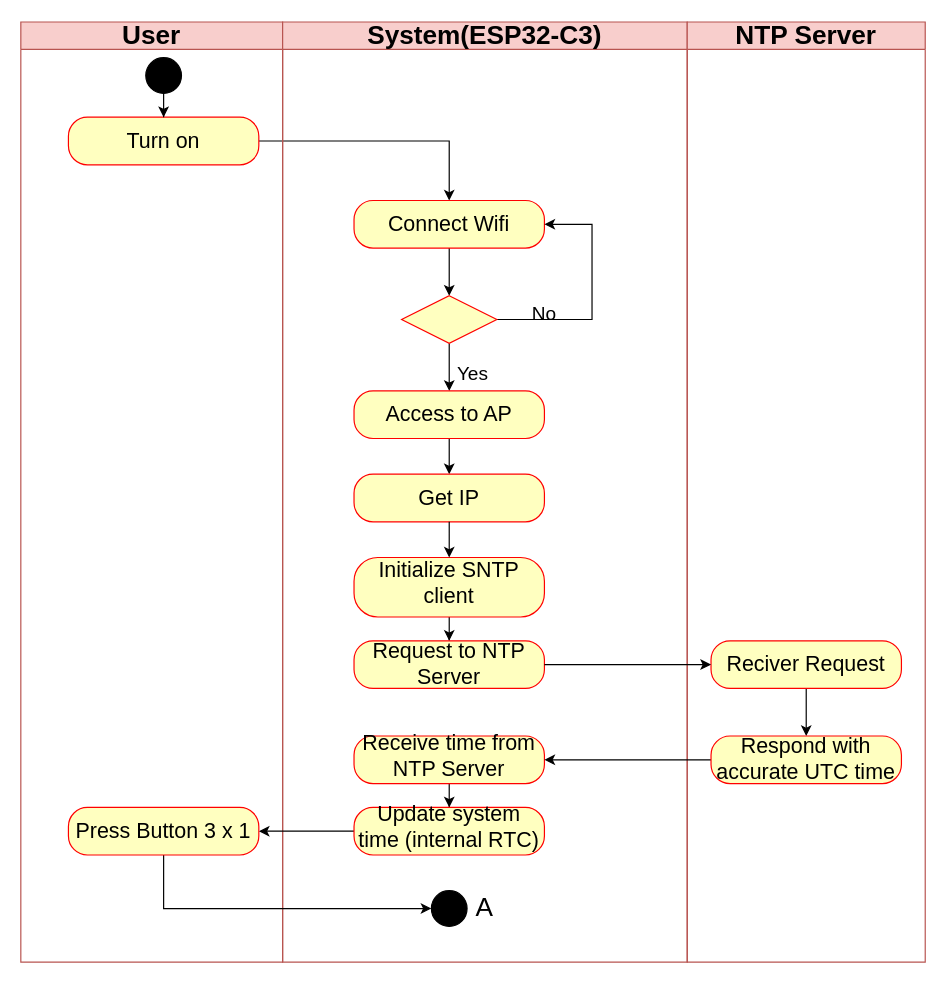
Above: page "Activity Alarm Diagram" (10 of 17) of UML.drawio in 106210049/CK_RTOS (draw.io), before the change. Source tidied: cells renumbered, new cells numbered last; positions are measured from the earlier drawing's top-left corner, leaving out a move shared by most shapes. Both pictures are drawn from the tidied source at 119%, with x=0, y=0 at pixel (20, 21).
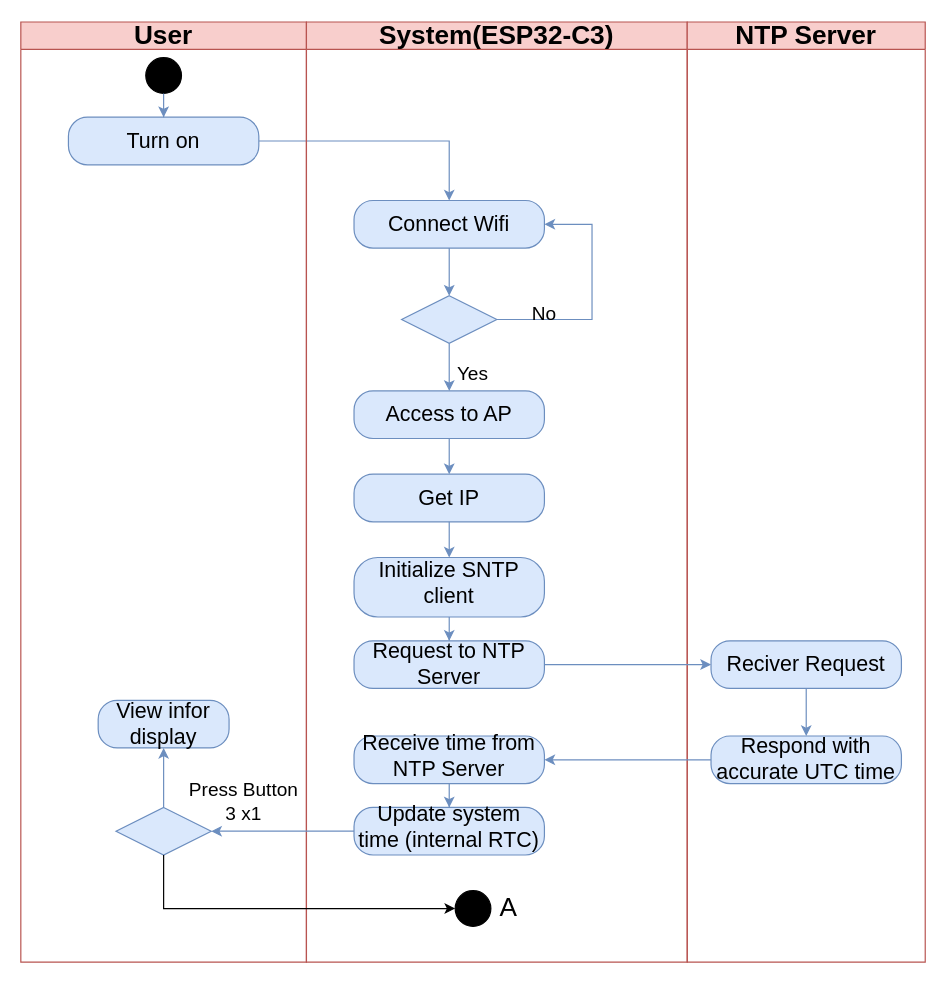
The same diagram, later.

Unchanged cells that the change refers to:
```xml
<mxCell id="13" style="ellipse;fillColor=strokeColor;html=1;fontSize=18;" parent="12" vertex="1">
  <mxGeometry x="105" y="30" width="30" height="30" as="geometry" />
</mxCell>
<mxCell id="15" style="ellipse;fillColor=strokeColor;html=1;fontSize=18;" parent="14" vertex="1">
  <mxGeometry x="125" y="730" width="30" height="30" as="geometry" />
</mxCell>
```

Change to the diagram source:
```diff
@@
-    <mxCell id="2" style="edgeStyle=orthogonalEdgeStyle;rounded=0;jettySize=auto;html=1;entryX=0.5;entryY=0;entryDx=0;entryDy=0;" parent="1" edge="1" source="19" target="4">
+    <mxCell id="2" style="edgeStyle=orthogonalEdgeStyle;rounded=0;jettySize=auto;html=1;entryX=0.5;entryY=0;entryDx=0;entryDy=0;fillColor=#dae8fc;strokeColor=#6c8ebf;" parent="1" edge="1" source="19" target="4">
       <mxGeometry relative="1" as="geometry" />
     </mxCell>
-    <mxCell id="3" style="edgeStyle=orthogonalEdgeStyle;rounded=0;jettySize=auto;html=1;" parent="1" edge="1" source="4" target="7">
+    <mxCell id="3" style="edgeStyle=orthogonalEdgeStyle;rounded=0;jettySize=auto;html=1;fillColor=#dae8fc;strokeColor=#6c8ebf;" parent="1" edge="1" source="4" target="7">
       <mxGeometry relative="1" as="geometry" />
     </mxCell>
-    <mxCell id="4" value="Connect Wifi" style="rounded=1;whiteSpace=wrap;html=1;arcSize=40;fontColor=#000000;fillColor=#ffffc0;strokeColor=#ff0000;fontSize=18;" parent="1" vertex="1">
+    <mxCell id="4" value="Connect Wifi" style="rounded=1;whiteSpace=wrap;html=1;arcSize=40;fillColor=#dae8fc;strokeColor=#6c8ebf;fontSize=18;" parent="1" vertex="1">
       <mxGeometry x="280" y="150" width="160" height="40" as="geometry" />
     </mxCell>
-    <mxCell id="5" style="edgeStyle=orthogonalEdgeStyle;rounded=0;jettySize=auto;html=1;" parent="1" edge="1" source="7" target="9">
+    <mxCell id="5" style="edgeStyle=orthogonalEdgeStyle;rounded=0;jettySize=auto;html=1;fillColor=#dae8fc;strokeColor=#6c8ebf;" parent="1" edge="1" source="7" target="9">
       <mxGeometry relative="1" as="geometry" />
     </mxCell>
-    <mxCell id="6" style="edgeStyle=orthogonalEdgeStyle;rounded=0;jettySize=auto;html=1;exitX=1;exitY=0.5;exitDx=0;exitDy=0;entryX=1;entryY=0.5;entryDx=0;entryDy=0;" parent="1" edge="1" source="7" target="4">
+    <mxCell id="6" style="edgeStyle=orthogonalEdgeStyle;rounded=0;jettySize=auto;html=1;exitX=1;exitY=0.5;exitDx=0;exitDy=0;entryX=1;entryY=0.5;entryDx=0;entryDy=0;fillColor=#dae8fc;strokeColor=#6c8ebf;" parent="1" edge="1" source="7" target="4">
       <mxGeometry relative="1" as="geometry">
         <Array as="points">
           <mxPoint x="480" y="250" />
           <mxPoint x="480" y="170" />
         </Array>
       </mxGeometry>
     </mxCell>
-    <mxCell id="7" style="rhombus;whiteSpace=wrap;html=1;fontColor=#000000;fillColor=#ffffc0;strokeColor=#ff0000;fontSize=18;" parent="1" vertex="1">
+    <mxCell id="7" style="rhombus;whiteSpace=wrap;html=1;fillColor=#dae8fc;strokeColor=#6c8ebf;fontSize=18;" parent="1" vertex="1">
       <mxGeometry x="320" y="230" width="80" height="40" as="geometry" />
     </mxCell>
-    <mxCell id="8" style="edgeStyle=orthogonalEdgeStyle;rounded=0;jettySize=auto;html=1;" parent="1" edge="1" source="9" target="25">
+    <mxCell id="8" style="edgeStyle=orthogonalEdgeStyle;rounded=0;jettySize=auto;html=1;fillColor=#dae8fc;strokeColor=#6c8ebf;" parent="1" edge="1" source="9" target="25">
       <mxGeometry relative="1" as="geometry" />
     </mxCell>
-    <mxCell id="9" value="Access to AP" style="rounded=1;whiteSpace=wrap;html=1;arcSize=40;fontColor=#000000;fillColor=#ffffc0;strokeColor=#ff0000;fontSize=18;" parent="1" vertex="1">
+    <mxCell id="9" value="Access to AP" style="rounded=1;whiteSpace=wrap;html=1;arcSize=40;fillColor=#dae8fc;strokeColor=#6c8ebf;fontSize=18;" parent="1" vertex="1">
       <mxGeometry x="280" y="310" width="160" height="40" as="geometry" />
     </mxCell>
-    <mxCell id="10" style="edgeStyle=orthogonalEdgeStyle;rounded=0;jettySize=auto;html=1;" parent="1" edge="1" source="26" target="31">
+    <mxCell id="10" style="edgeStyle=orthogonalEdgeStyle;rounded=0;jettySize=auto;html=1;fillColor=#dae8fc;strokeColor=#6c8ebf;" parent="1" edge="1" source="26" target="31">
       <mxGeometry relative="1" as="geometry" />
     </mxCell>
-    <mxCell id="11" style="edgeStyle=orthogonalEdgeStyle;rounded=0;jettySize=auto;html=1;" parent="1" edge="1" source="30" target="28">
+    <mxCell id="11" style="edgeStyle=orthogonalEdgeStyle;rounded=0;jettySize=auto;html=1;fillColor=#dae8fc;strokeColor=#6c8ebf;" parent="1" edge="1" source="30" target="28">
       <mxGeometry relative="1" as="geometry" />
     </mxCell>
     <mxCell id="12" value="&lt;font style=&quot;font-size: 22px;&quot;&gt;User&lt;/font&gt;" style="swimlane;whiteSpace=wrap;html=1;fillColor=#f8cecc;strokeColor=#b85450;" parent="1" vertex="1">
-      <mxGeometry width="220" height="790" as="geometry" />
+      <mxGeometry width="240" height="790" as="geometry" />
     </mxCell>
@@
+    <mxCell id="36" style="edgeStyle=orthogonalEdgeStyle;rounded=0;jettySize=auto;html=1;fillColor=#dae8fc;strokeColor=#6c8ebf;" parent="12" edge="1" source="37" target="38">
+      <mxGeometry relative="1" as="geometry" />
+    </mxCell>
+    <mxCell id="37" style="rhombus;whiteSpace=wrap;html=1;fillColor=#dae8fc;strokeColor=#6c8ebf;fontSize=18;" parent="12" vertex="1">
+      <mxGeometry x="80" y="660" width="80" height="40" as="geometry" />
+    </mxCell>
+    <mxCell id="38" value="View infor display" style="rounded=1;whiteSpace=wrap;html=1;arcSize=40;fillColor=#dae8fc;strokeColor=#6c8ebf;fontSize=18;" parent="12" vertex="1">
+      <mxGeometry x="65" y="570" width="110" height="40" as="geometry" />
+    </mxCell>
+    <mxCell id="39" value="&lt;font style=&quot;font-size: 16px;&quot;&gt;Press Button 3 x1&lt;/font&gt;" style="text;strokeColor=none;align=center;fillColor=none;html=1;verticalAlign=middle;whiteSpace=wrap;rounded=0;" parent="12" vertex="1">
+      <mxGeometry x="140" y="640" width="95" height="30" as="geometry" />
+    </mxCell>
     <mxCell id="14" value="&lt;font style=&quot;font-size: 22px;&quot;&gt;System(ESP32-C3)&lt;/font&gt;" style="swimlane;whiteSpace=wrap;html=1;fillColor=#f8cecc;strokeColor=#b85450;" parent="1" vertex="1">
-      <mxGeometry x="220" width="340" height="790" as="geometry" />
+      <mxGeometry x="240" width="320" height="790" as="geometry" />
     </mxCell>
@@
-    <mxCell id="18" style="edgeStyle=orthogonalEdgeStyle;rounded=0;jettySize=auto;html=1;" parent="1" edge="1" source="28" target="22">
-      <mxGeometry relative="1" as="geometry" />
-    </mxCell>
-    <mxCell id="19" value="&lt;font&gt;Turn on&lt;/font&gt;" style="rounded=1;whiteSpace=wrap;html=1;arcSize=40;fontColor=#000000;fillColor=#ffffc0;strokeColor=#ff0000;fontSize=18;" parent="1" vertex="1">
+    <mxCell id="19" value="&lt;font&gt;Turn on&lt;/font&gt;" style="rounded=1;whiteSpace=wrap;html=1;arcSize=40;fillColor=#dae8fc;strokeColor=#6c8ebf;fontSize=18;" parent="1" vertex="1">
       <mxGeometry x="40" y="80" width="160" height="40" as="geometry" />
     </mxCell>
-    <mxCell id="20" style="edgeStyle=orthogonalEdgeStyle;rounded=0;jettySize=auto;html=1;fontSize=18;" parent="1" edge="1" source="13" target="19">
+    <mxCell id="20" style="edgeStyle=orthogonalEdgeStyle;rounded=0;jettySize=auto;html=1;fontSize=18;fillColor=#dae8fc;strokeColor=#6c8ebf;" parent="1" edge="1" source="13" target="19">
       <mxGeometry relative="1" as="geometry" />
     </mxCell>
-    <mxCell id="21" style="edgeStyle=orthogonalEdgeStyle;rounded=0;jettySize=auto;html=1;entryX=0;entryY=0.5;entryDx=0;entryDy=0;" parent="1" edge="1" source="22" target="15">
-      <mxGeometry relative="1" as="geometry">
-        <Array as="points">
-          <mxPoint x="120" y="745" />
-        </Array>
-      </mxGeometry>
-    </mxCell>
-    <mxCell id="22" value="Press Button 3 x 1" style="rounded=1;whiteSpace=wrap;html=1;arcSize=40;fontColor=#000000;fillColor=#ffffc0;strokeColor=#ff0000;fontSize=18;" parent="1" vertex="1">
-      <mxGeometry x="40" y="660" width="160" height="40" as="geometry" />
-    </mxCell>
@@
-    <mxCell id="25" value="Get IP" style="rounded=1;whiteSpace=wrap;html=1;arcSize=40;fontColor=#000000;fillColor=#ffffc0;strokeColor=#ff0000;fontSize=18;" parent="1" vertex="1">
+    <mxCell id="25" value="Get IP" style="rounded=1;whiteSpace=wrap;html=1;arcSize=40;fillColor=#dae8fc;strokeColor=#6c8ebf;fontSize=18;" parent="1" vertex="1">
       <mxGeometry x="280" y="380" width="160" height="40" as="geometry" />
     </mxCell>
-    <mxCell id="26" value="&lt;table&gt;&lt;tbody&gt;&lt;tr&gt;&lt;td&gt;Initialize SNTP client&lt;/td&gt;&lt;/tr&gt;&lt;/tbody&gt;&lt;/table&gt;&lt;table&gt;&lt;tbody&gt;&lt;tr&gt;&lt;td&gt;&lt;/td&gt;&lt;/tr&gt;&lt;/tbody&gt;&lt;/table&gt;" style="rounded=1;whiteSpace=wrap;html=1;arcSize=40;fontColor=#000000;fillColor=#ffffc0;strokeColor=#ff0000;fontSize=18;" parent="1" vertex="1">
+    <mxCell id="26" value="&lt;table&gt;&lt;tbody&gt;&lt;tr&gt;&lt;td&gt;Initialize SNTP client&lt;/td&gt;&lt;/tr&gt;&lt;/tbody&gt;&lt;/table&gt;&lt;table&gt;&lt;tbody&gt;&lt;tr&gt;&lt;td&gt;&lt;/td&gt;&lt;/tr&gt;&lt;/tbody&gt;&lt;/table&gt;" style="rounded=1;whiteSpace=wrap;html=1;arcSize=40;fillColor=#dae8fc;strokeColor=#6c8ebf;fontSize=18;" parent="1" vertex="1">
       <mxGeometry x="280" y="450" width="160" height="50" as="geometry" />
     </mxCell>
-    <mxCell id="27" style="edgeStyle=orthogonalEdgeStyle;rounded=0;jettySize=auto;html=1;" parent="1" edge="1" source="25" target="26">
+    <mxCell id="27" style="edgeStyle=orthogonalEdgeStyle;rounded=0;jettySize=auto;html=1;fillColor=#dae8fc;strokeColor=#6c8ebf;" parent="1" edge="1" source="25" target="26">
       <mxGeometry relative="1" as="geometry" />
     </mxCell>
+    <mxCell id="40" style="edgeStyle=orthogonalEdgeStyle;rounded=0;jettySize=auto;html=1;exitX=0;exitY=0.5;exitDx=0;exitDy=0;entryX=1;entryY=0.5;entryDx=0;entryDy=0;fillColor=#dae8fc;strokeColor=#6c8ebf;" parent="1" edge="1" source="28" target="37">
+      <mxGeometry relative="1" as="geometry" />
+    </mxCell>
-    <mxCell id="28" value="&lt;table&gt;&lt;tbody&gt;&lt;tr&gt;&lt;td&gt;Update system time (internal RTC)&lt;table style=&quot;background-color: transparent; color: light-dark(rgb(0, 0, 0), rgb(19, 19, 19));&quot;&gt;&lt;tbody&gt;&lt;tr&gt;&lt;td&gt;&lt;/td&gt;&lt;/tr&gt;&lt;/tbody&gt;&lt;/table&gt;&lt;/td&gt;&lt;/tr&gt;&lt;/tbody&gt;&lt;/table&gt;" style="rounded=1;whiteSpace=wrap;html=1;arcSize=40;fontColor=#000000;fillColor=#ffffc0;strokeColor=#ff0000;fontSize=18;" parent="1" vertex="1">
+    <mxCell id="28" value="&lt;table&gt;&lt;tbody&gt;&lt;tr&gt;&lt;td&gt;Update system time (internal RTC)&lt;table style=&quot;background-color: transparent; color: light-dark(rgb(0, 0, 0), rgb(19, 19, 19));&quot;&gt;&lt;tbody&gt;&lt;tr&gt;&lt;td&gt;&lt;/td&gt;&lt;/tr&gt;&lt;/tbody&gt;&lt;/table&gt;&lt;/td&gt;&lt;/tr&gt;&lt;/tbody&gt;&lt;/table&gt;" style="rounded=1;whiteSpace=wrap;html=1;arcSize=40;fillColor=#dae8fc;strokeColor=#6c8ebf;fontSize=18;" parent="1" vertex="1">
       <mxGeometry x="280" y="660" width="160" height="40" as="geometry" />
     </mxCell>
-    <mxCell id="29" style="edgeStyle=orthogonalEdgeStyle;rounded=0;jettySize=auto;html=1;" parent="1" edge="1" source="33" target="35">
+    <mxCell id="29" style="edgeStyle=orthogonalEdgeStyle;rounded=0;jettySize=auto;html=1;fillColor=#dae8fc;strokeColor=#6c8ebf;" parent="1" edge="1" source="33" target="35">
       <mxGeometry relative="1" as="geometry" />
     </mxCell>
-    <mxCell id="30" value="&lt;table&gt;&lt;tbody&gt;&lt;tr&gt;&lt;td&gt;Receive time from NTP Server&lt;/td&gt;&lt;/tr&gt;&lt;/tbody&gt;&lt;/table&gt;&lt;table&gt;&lt;tbody&gt;&lt;tr&gt;&lt;td&gt;&lt;/td&gt;&lt;/tr&gt;&lt;/tbody&gt;&lt;/table&gt;" style="rounded=1;whiteSpace=wrap;html=1;arcSize=40;fontColor=#000000;fillColor=#ffffc0;strokeColor=#ff0000;fontSize=18;" parent="1" vertex="1">
+    <mxCell id="30" value="&lt;table&gt;&lt;tbody&gt;&lt;tr&gt;&lt;td&gt;Receive time from NTP Server&lt;/td&gt;&lt;/tr&gt;&lt;/tbody&gt;&lt;/table&gt;&lt;table&gt;&lt;tbody&gt;&lt;tr&gt;&lt;td&gt;&lt;/td&gt;&lt;/tr&gt;&lt;/tbody&gt;&lt;/table&gt;" style="rounded=1;whiteSpace=wrap;html=1;arcSize=40;fillColor=#dae8fc;strokeColor=#6c8ebf;fontSize=18;" parent="1" vertex="1">
       <mxGeometry x="280" y="600" width="160" height="40" as="geometry" />
     </mxCell>
-    <mxCell id="31" value="Request to NTP Server" style="rounded=1;whiteSpace=wrap;html=1;arcSize=40;fontColor=#000000;fillColor=#ffffc0;strokeColor=#ff0000;fontSize=18;" parent="1" vertex="1">
+    <mxCell id="31" value="Request to NTP Server" style="rounded=1;whiteSpace=wrap;html=1;arcSize=40;fillColor=#dae8fc;strokeColor=#6c8ebf;fontSize=18;" parent="1" vertex="1">
       <mxGeometry x="280" y="520" width="160" height="40" as="geometry" />
     </mxCell>
-    <mxCell id="32" style="edgeStyle=orthogonalEdgeStyle;rounded=0;jettySize=auto;html=1;" parent="1" edge="1" source="35" target="30">
+    <mxCell id="32" style="edgeStyle=orthogonalEdgeStyle;rounded=0;jettySize=auto;html=1;fillColor=#dae8fc;strokeColor=#6c8ebf;" parent="1" edge="1" source="35" target="30">
       <mxGeometry relative="1" as="geometry" />
     </mxCell>
-    <mxCell id="33" value="Reciver Request" style="rounded=1;whiteSpace=wrap;html=1;arcSize=40;fontColor=#000000;fillColor=#ffffc0;strokeColor=#ff0000;fontSize=18;" parent="1" vertex="1">
+    <mxCell id="33" value="Reciver Request" style="rounded=1;whiteSpace=wrap;html=1;arcSize=40;fillColor=#dae8fc;strokeColor=#6c8ebf;fontSize=18;" parent="1" vertex="1">
       <mxGeometry x="580" y="520" width="160" height="40" as="geometry" />
     </mxCell>
-    <mxCell id="34" style="edgeStyle=orthogonalEdgeStyle;rounded=0;jettySize=auto;html=1;" parent="1" edge="1" source="31" target="33">
+    <mxCell id="34" style="edgeStyle=orthogonalEdgeStyle;rounded=0;jettySize=auto;html=1;fillColor=#dae8fc;strokeColor=#6c8ebf;" parent="1" edge="1" source="31" target="33">
       <mxGeometry relative="1" as="geometry" />
     </mxCell>
-    <mxCell id="35" value="Respond with accurate UTC time" style="rounded=1;whiteSpace=wrap;html=1;arcSize=40;fontColor=#000000;fillColor=#ffffc0;strokeColor=#ff0000;fontSize=18;" parent="1" vertex="1">
+    <mxCell id="35" value="Respond with accurate UTC time" style="rounded=1;whiteSpace=wrap;html=1;arcSize=40;fillColor=#dae8fc;strokeColor=#6c8ebf;fontSize=18;" parent="1" vertex="1">
       <mxGeometry x="580" y="600" width="160" height="40" as="geometry" />
     </mxCell>
+    <mxCell id="41" style="edgeStyle=orthogonalEdgeStyle;rounded=0;jettySize=auto;html=1;exitX=0.5;exitY=1;exitDx=0;exitDy=0;entryX=0;entryY=0.5;entryDx=0;entryDy=0;" parent="1" edge="1" source="37" target="15">
+      <mxGeometry relative="1" as="geometry" />
+    </mxCell>
```
